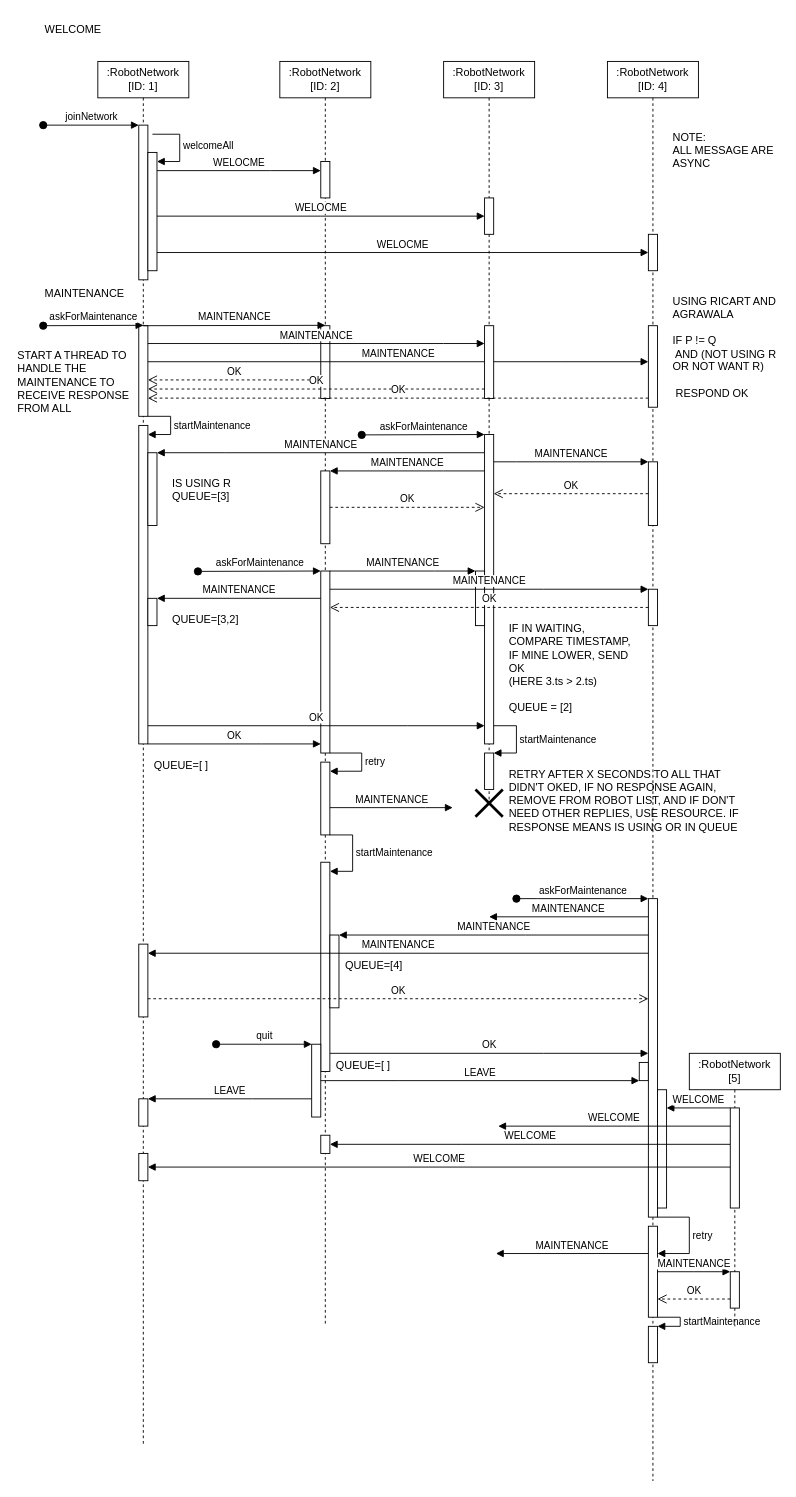
Above: network.drawio in tommasoromano/distributed-systems-project (draw.io), before the change. Source tidied: cells renumbered, new cells numbered last; positions are measured from the earlier drawing's top-left corner, leaving out a move shared by most shapes. Both pictures are drawn from the tidied source at 91%, with x=0, y=0 at pixel (15, 15).
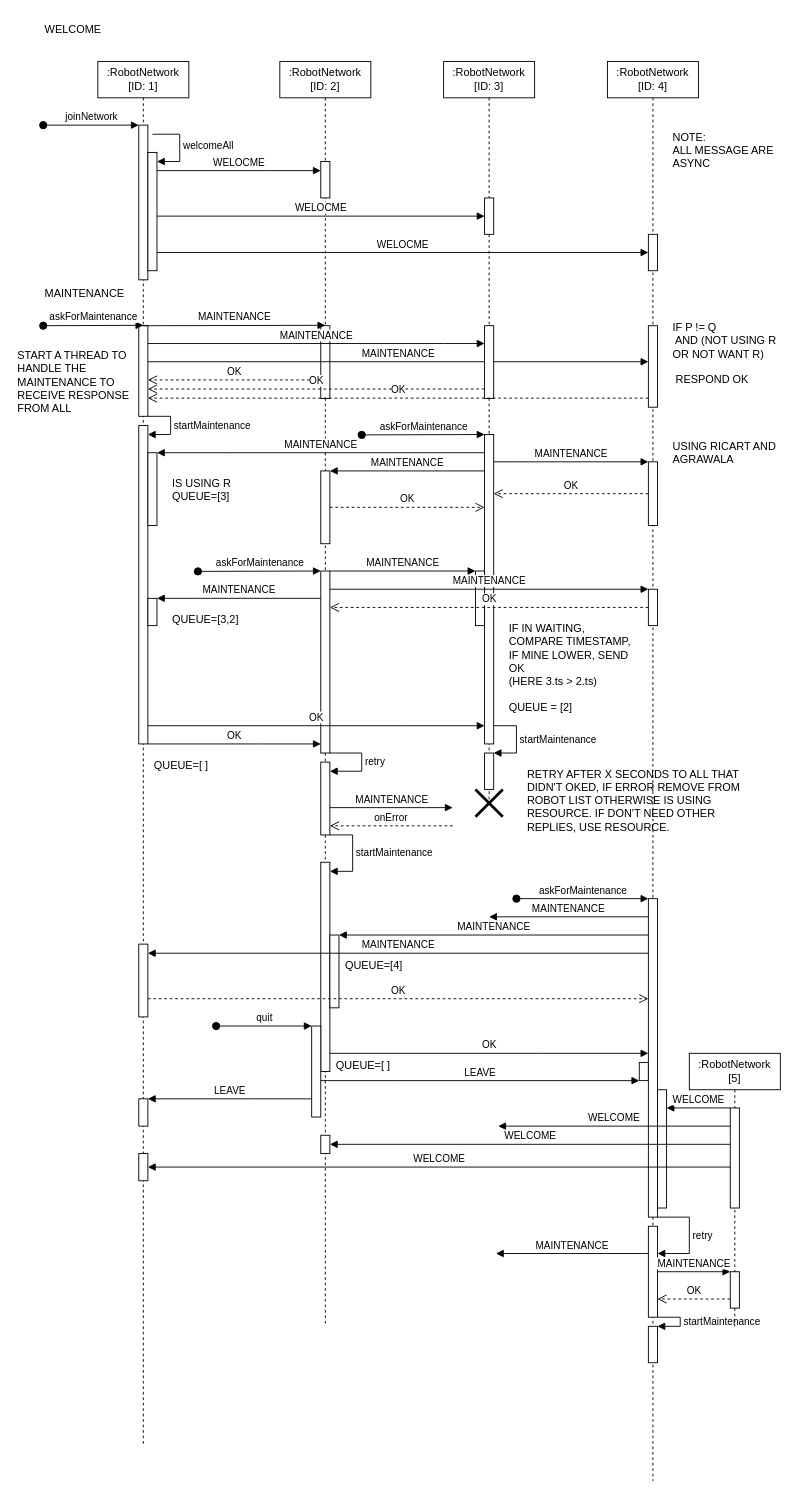
The same page after the edit.

The change refers to these unchanged cells:
```xml
<mxCell id="15" value=":RobotNetwork&lt;br&gt;[ID: 2]" style="shape=umlLifeline;perimeter=lifelinePerimeter;whiteSpace=wrap;html=1;newEdgeStyle={&quot;edgeStyle&quot;:&quot;elbowEdgeStyle&quot;,&quot;elbow&quot;:&quot;vertical&quot;,&quot;curved&quot;:0,&quot;rounded&quot;:0};" parent="1" vertex="1">
  <mxGeometry x="290" y="50" width="100" height="1390" as="geometry" />
</mxCell>
<mxCell id="20" style="html=1;points=[];perimeter=orthogonalPerimeter;outlineConnect=0;targetShapes=umlLifeline;portConstraint=eastwest;newEdgeStyle={&quot;edgeStyle&quot;:&quot;elbowEdgeStyle&quot;,&quot;elbow&quot;:&quot;vertical&quot;,&quot;curved&quot;:0,&quot;rounded&quot;:0};" parent="15" vertex="1">
  <mxGeometry x="45" y="770" width="10" height="80" as="geometry" />
</mxCell>
```

Diff of the diagram source:
```diff
@@
     <mxCell id="24" style="html=1;points=[];perimeter=orthogonalPerimeter;outlineConnect=0;targetShapes=umlLifeline;portConstraint=eastwest;newEdgeStyle={&quot;edgeStyle&quot;:&quot;elbowEdgeStyle&quot;,&quot;elbow&quot;:&quot;vertical&quot;,&quot;curved&quot;:0,&quot;rounded&quot;:0};" parent="15" vertex="1">
-      <mxGeometry x="35" y="1080" width="10" height="80" as="geometry" />
+      <mxGeometry x="35" y="1060" width="10" height="100" as="geometry" />
     </mxCell>
@@
-    <mxCell id="57" value="USING RICART AND AGRAWALA&lt;br&gt;&lt;br&gt;IF P != Q &lt;br&gt;&lt;span style=&quot;white-space: pre;&quot;&gt; &lt;/span&gt;AND (NOT USING R OR NOT WANT R)&lt;br&gt;&lt;span style=&quot;white-space: pre;&quot;&gt; &lt;/span&gt;&lt;br&gt;&lt;span style=&quot;white-space: pre;&quot;&gt; &lt;/span&gt;RESPOND OK" style="text;html=1;strokeColor=none;fillColor=none;align=left;verticalAlign=top;whiteSpace=wrap;rounded=0;" parent="1" vertex="1">
+    <mxCell id="57" value="&lt;br&gt;&lt;br&gt;IF P != Q &lt;br&gt;&lt;span style=&quot;white-space: pre;&quot;&gt; &lt;/span&gt;AND (NOT USING R OR NOT WANT R)&lt;br&gt;&lt;span style=&quot;white-space: pre;&quot;&gt; &lt;/span&gt;&lt;br&gt;&lt;span style=&quot;white-space: pre;&quot;&gt; &lt;/span&gt;RESPOND OK" style="text;html=1;strokeColor=none;fillColor=none;align=left;verticalAlign=top;whiteSpace=wrap;rounded=0;" parent="1" vertex="1">
       <mxGeometry x="720" y="300" width="120" height="130" as="geometry" />
     </mxCell>
@@
-    <mxCell id="78" value="RETRY AFTER X SECONDS TO ALL THAT DIDN'T OKED, IF NO RESPONSE AGAIN, REMOVE FROM ROBOT LIST, AND IF DON'T NEED OTHER REPLIES, USE RESOURCE. IF RESPONSE MEANS IS USING OR IN QUEUE" style="text;html=1;strokeColor=none;fillColor=none;align=left;verticalAlign=top;whiteSpace=wrap;rounded=0;" parent="1" vertex="1">
-      <mxGeometry x="540" y="820" width="260" height="90" as="geometry" />
+    <mxCell id="78" value="RETRY AFTER X SECONDS TO ALL THAT DIDN'T OKED, IF ERROR REMOVE FROM ROBOT LIST OTHERWISE IS USING RESOURCE. IF DON'T NEED OTHER REPLIES, USE RESOURCE." style="text;html=1;strokeColor=none;fillColor=none;align=left;verticalAlign=top;whiteSpace=wrap;rounded=0;" parent="1" vertex="1">
+      <mxGeometry x="560" y="820" width="260" height="90" as="geometry" />
     </mxCell>
@@
     <mxCell id="83" value="quit" style="html=1;verticalAlign=bottom;startArrow=oval;startFill=1;endArrow=block;startSize=8;edgeStyle=elbowEdgeStyle;elbow=vertical;curved=0;rounded=0;" parent="1" edge="1" target="24">
       <mxGeometry relative="1" as="geometry">
-        <mxPoint x="220" y="1130" as="sourcePoint" />
+        <mxPoint x="220" y="1110" as="sourcePoint" />
+        <Array as="points">
+          <mxPoint x="300" y="1110" />
+        </Array>
       </mxGeometry>
     </mxCell>
@@
+    <mxCell id="102" value="USING RICART AND AGRAWALA" style="text;html=1;strokeColor=none;fillColor=none;align=left;verticalAlign=top;whiteSpace=wrap;rounded=0;" parent="1" vertex="1">
+      <mxGeometry x="720" y="460" width="120" height="50" as="geometry" />
+    </mxCell>
+    <mxCell id="103" value="onError" style="html=1;verticalAlign=bottom;endArrow=open;dashed=1;endSize=8;edgeStyle=elbowEdgeStyle;elbow=vertical;curved=0;rounded=0;" parent="1" edge="1" target="20">
+      <mxGeometry relative="1" as="geometry">
+        <mxPoint x="480" y="890" as="sourcePoint" />
+      </mxGeometry>
+    </mxCell>
```
